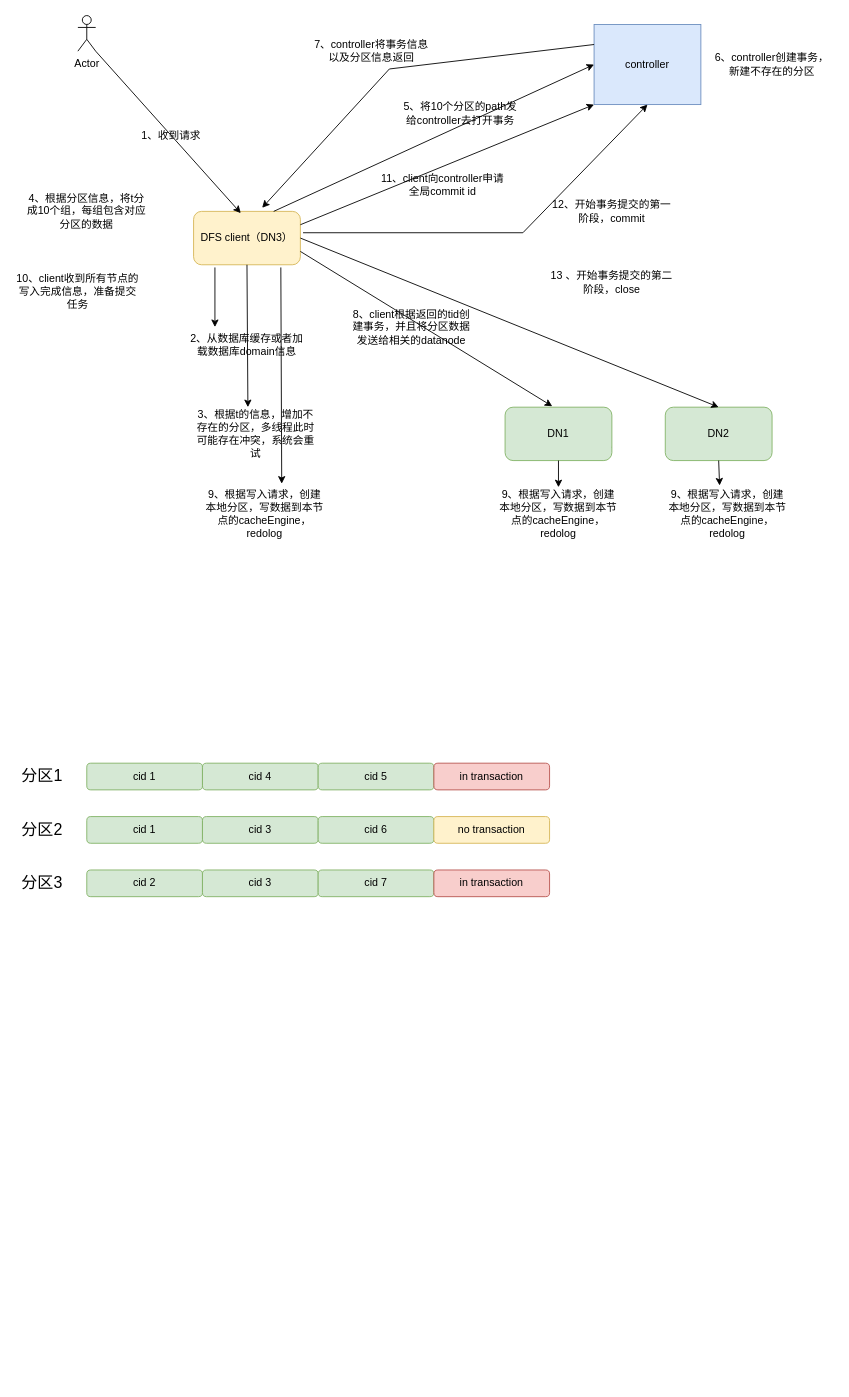
Above: Untitled Diagram11.drawio in myspf/test (draw.io), before the change. Source tidied: cells renumbered, new cells numbered last; positions are measured from the earlier drawing's top-left corner, leaving out a move shared by most shapes. Both pictures are drawn from the tidied source at 89%, with x=0, y=0 at pixel (15, 15).
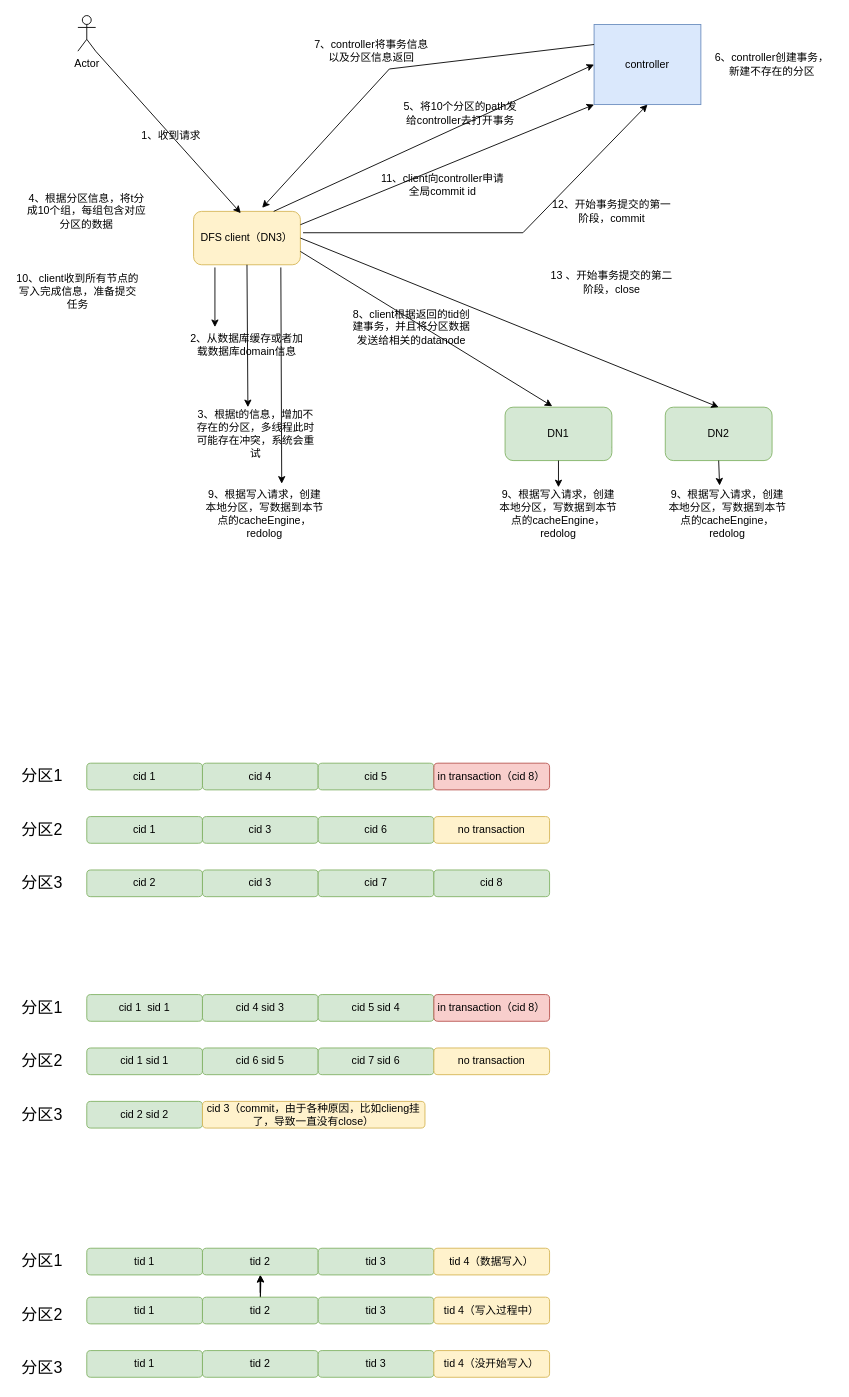
After the change.

What changed in the source:
```diff
@@
-    <mxCell id="38" value="in transaction" style="rounded=1;whiteSpace=wrap;html=1;fillColor=#f8cecc;strokeColor=#b85450;" parent="1" vertex="1">
+    <mxCell id="38" value="in transaction（cid 8）" style="rounded=1;whiteSpace=wrap;html=1;fillColor=#f8cecc;strokeColor=#b85450;" parent="1" vertex="1">
       <mxGeometry x="470" y="840" width="130" height="30" as="geometry" />
     </mxCell>
@@
-    <mxCell id="46" value="in transaction" style="rounded=1;whiteSpace=wrap;html=1;fillColor=#f8cecc;strokeColor=#b85450;" parent="1" vertex="1">
-      <mxGeometry x="470" y="960" width="130" height="30" as="geometry" />
-    </mxCell>
@@
+    <mxCell id="50" value="cid 8" style="rounded=1;whiteSpace=wrap;html=1;fillColor=#d5e8d4;strokeColor=#82b366;" parent="1" vertex="1">
+      <mxGeometry x="470" y="960" width="130" height="30" as="geometry" />
+    </mxCell>
+    <mxCell id="51" value="cid 1&amp;nbsp; sid 1" style="rounded=1;whiteSpace=wrap;html=1;fillColor=#d5e8d4;strokeColor=#82b366;" parent="1" vertex="1">
+      <mxGeometry x="80" y="1100" width="130" height="30" as="geometry" />
+    </mxCell>
+    <mxCell id="52" value="cid 4 sid 3" style="rounded=1;whiteSpace=wrap;html=1;fillColor=#d5e8d4;strokeColor=#82b366;" parent="1" vertex="1">
+      <mxGeometry x="210" y="1100" width="130" height="30" as="geometry" />
+    </mxCell>
+    <mxCell id="53" value="cid 5 sid 4" style="rounded=1;whiteSpace=wrap;html=1;fillColor=#d5e8d4;strokeColor=#82b366;" parent="1" vertex="1">
+      <mxGeometry x="340" y="1100" width="130" height="30" as="geometry" />
+    </mxCell>
+    <mxCell id="54" value="in transaction（cid 8）" style="rounded=1;whiteSpace=wrap;html=1;fillColor=#f8cecc;strokeColor=#b85450;" parent="1" vertex="1">
+      <mxGeometry x="470" y="1100" width="130" height="30" as="geometry" />
+    </mxCell>
+    <mxCell id="55" value="cid 1 sid 1" style="rounded=1;whiteSpace=wrap;html=1;fillColor=#d5e8d4;strokeColor=#82b366;" parent="1" vertex="1">
+      <mxGeometry x="80" y="1160" width="130" height="30" as="geometry" />
+    </mxCell>
+    <mxCell id="56" value="cid 6 sid 5" style="rounded=1;whiteSpace=wrap;html=1;fillColor=#d5e8d4;strokeColor=#82b366;" parent="1" vertex="1">
+      <mxGeometry x="210" y="1160" width="130" height="30" as="geometry" />
+    </mxCell>
+    <mxCell id="57" value="cid 7 sid 6" style="rounded=1;whiteSpace=wrap;html=1;fillColor=#d5e8d4;strokeColor=#82b366;" parent="1" vertex="1">
+      <mxGeometry x="340" y="1160" width="130" height="30" as="geometry" />
+    </mxCell>
+    <mxCell id="58" value="no transaction" style="rounded=1;whiteSpace=wrap;html=1;fillColor=#fff2cc;strokeColor=#d6b656;" parent="1" vertex="1">
+      <mxGeometry x="470" y="1160" width="130" height="30" as="geometry" />
+    </mxCell>
+    <mxCell id="59" value="cid 2 sid 2" style="rounded=1;whiteSpace=wrap;html=1;fillColor=#d5e8d4;strokeColor=#82b366;" parent="1" vertex="1">
+      <mxGeometry x="80" y="1220" width="130" height="30" as="geometry" />
+    </mxCell>
+    <mxCell id="60" value="cid 3（commit，由于各种原因，比如clieng挂了，导致一直没有close）" style="rounded=1;whiteSpace=wrap;html=1;fillColor=#fff2cc;strokeColor=#d6b656;" parent="1" vertex="1">
+      <mxGeometry x="210" y="1220" width="250" height="30" as="geometry" />
+    </mxCell>
+    <mxCell id="61" value="&lt;font style=&quot;font-size: 18px;&quot;&gt;分区1&lt;/font&gt;" style="text;html=1;strokeColor=none;fillColor=none;align=center;verticalAlign=middle;whiteSpace=wrap;rounded=0;" parent="1" vertex="1">
+      <mxGeometry y="1100" width="60" height="30" as="geometry" />
+    </mxCell>
+    <mxCell id="62" value="&lt;font style=&quot;font-size: 18px;&quot;&gt;分区2&lt;/font&gt;" style="text;html=1;strokeColor=none;fillColor=none;align=center;verticalAlign=middle;whiteSpace=wrap;rounded=0;" parent="1" vertex="1">
+      <mxGeometry y="1160" width="60" height="30" as="geometry" />
+    </mxCell>
+    <mxCell id="63" value="&lt;font style=&quot;font-size: 18px;&quot;&gt;分区3&lt;/font&gt;" style="text;html=1;strokeColor=none;fillColor=none;align=center;verticalAlign=middle;whiteSpace=wrap;rounded=0;" parent="1" vertex="1">
+      <mxGeometry y="1220" width="60" height="30" as="geometry" />
+    </mxCell>
+    <mxCell id="64" value="tid 1" style="rounded=1;whiteSpace=wrap;html=1;fillColor=#d5e8d4;strokeColor=#82b366;" parent="1" vertex="1">
+      <mxGeometry x="80" y="1385" width="130" height="30" as="geometry" />
+    </mxCell>
+    <mxCell id="65" value="tid 2" style="rounded=1;whiteSpace=wrap;html=1;fillColor=#d5e8d4;strokeColor=#82b366;" parent="1" vertex="1">
+      <mxGeometry x="210" y="1385" width="130" height="30" as="geometry" />
+    </mxCell>
+    <mxCell id="66" value="tid 3" style="rounded=1;whiteSpace=wrap;html=1;fillColor=#d5e8d4;strokeColor=#82b366;" parent="1" vertex="1">
+      <mxGeometry x="340" y="1385" width="130" height="30" as="geometry" />
+    </mxCell>
+    <mxCell id="67" value="tid 4（数据写入）" style="rounded=1;whiteSpace=wrap;html=1;fillColor=#fff2cc;strokeColor=#d6b656;" parent="1" vertex="1">
+      <mxGeometry x="470" y="1385" width="130" height="30" as="geometry" />
+    </mxCell>
+    <mxCell id="68" style="edgeStyle=orthogonalEdgeStyle;rounded=0;jettySize=auto;html=1;fontSize=18;" parent="1" edge="1" target="65">
+      <mxGeometry relative="1" as="geometry">
+        <mxPoint x="275" y="1445" as="sourcePoint" />
+      </mxGeometry>
+    </mxCell>
+    <mxCell id="69" value="&lt;font style=&quot;font-size: 18px;&quot;&gt;分区1&lt;/font&gt;" style="text;html=1;strokeColor=none;fillColor=none;align=center;verticalAlign=middle;whiteSpace=wrap;rounded=0;" parent="1" vertex="1">
+      <mxGeometry y="1385" width="60" height="30" as="geometry" />
+    </mxCell>
+    <mxCell id="70" value="&lt;font style=&quot;font-size: 18px;&quot;&gt;分区2&lt;/font&gt;" style="text;html=1;strokeColor=none;fillColor=none;align=center;verticalAlign=middle;whiteSpace=wrap;rounded=0;" parent="1" vertex="1">
+      <mxGeometry y="1445" width="60" height="30" as="geometry" />
+    </mxCell>
+    <mxCell id="71" value="&lt;font style=&quot;font-size: 18px;&quot;&gt;分区3&lt;/font&gt;" style="text;html=1;strokeColor=none;fillColor=none;align=center;verticalAlign=middle;whiteSpace=wrap;rounded=0;" parent="1" vertex="1">
+      <mxGeometry y="1505" width="60" height="30" as="geometry" />
+    </mxCell>
+    <mxCell id="72" value="tid 1" style="rounded=1;whiteSpace=wrap;html=1;fillColor=#d5e8d4;strokeColor=#82b366;" parent="1" vertex="1">
+      <mxGeometry x="80" y="1440" width="130" height="30" as="geometry" />
+    </mxCell>
+    <mxCell id="73" style="edgeStyle=orthogonalEdgeStyle;rounded=0;jettySize=auto;html=1;fontSize=18;" parent="1" edge="1" source="74" target="65">
+      <mxGeometry relative="1" as="geometry" />
+    </mxCell>
+    <mxCell id="74" value="tid 2" style="rounded=1;whiteSpace=wrap;html=1;fillColor=#d5e8d4;strokeColor=#82b366;" parent="1" vertex="1">
+      <mxGeometry x="210" y="1440" width="130" height="30" as="geometry" />
+    </mxCell>
+    <mxCell id="75" value="tid 3" style="rounded=1;whiteSpace=wrap;html=1;fillColor=#d5e8d4;strokeColor=#82b366;" parent="1" vertex="1">
+      <mxGeometry x="340" y="1440" width="130" height="30" as="geometry" />
+    </mxCell>
+    <mxCell id="76" value="tid 1" style="rounded=1;whiteSpace=wrap;html=1;fillColor=#d5e8d4;strokeColor=#82b366;" parent="1" vertex="1">
+      <mxGeometry x="80" y="1500" width="130" height="30" as="geometry" />
+    </mxCell>
+    <mxCell id="77" value="tid 2" style="rounded=1;whiteSpace=wrap;html=1;fillColor=#d5e8d4;strokeColor=#82b366;" parent="1" vertex="1">
+      <mxGeometry x="210" y="1500" width="130" height="30" as="geometry" />
+    </mxCell>
+    <mxCell id="78" value="tid 3" style="rounded=1;whiteSpace=wrap;html=1;fillColor=#d5e8d4;strokeColor=#82b366;" parent="1" vertex="1">
+      <mxGeometry x="340" y="1500" width="130" height="30" as="geometry" />
+    </mxCell>
+    <mxCell id="79" value="tid 4（写入过程中）" style="rounded=1;whiteSpace=wrap;html=1;fillColor=#fff2cc;strokeColor=#d6b656;" parent="1" vertex="1">
+      <mxGeometry x="470" y="1440" width="130" height="30" as="geometry" />
+    </mxCell>
+    <mxCell id="80" value="tid 4（没开始写入）" style="rounded=1;whiteSpace=wrap;html=1;fillColor=#fff2cc;strokeColor=#d6b656;" parent="1" vertex="1">
+      <mxGeometry x="470" y="1500" width="130" height="30" as="geometry" />
+    </mxCell>
```
